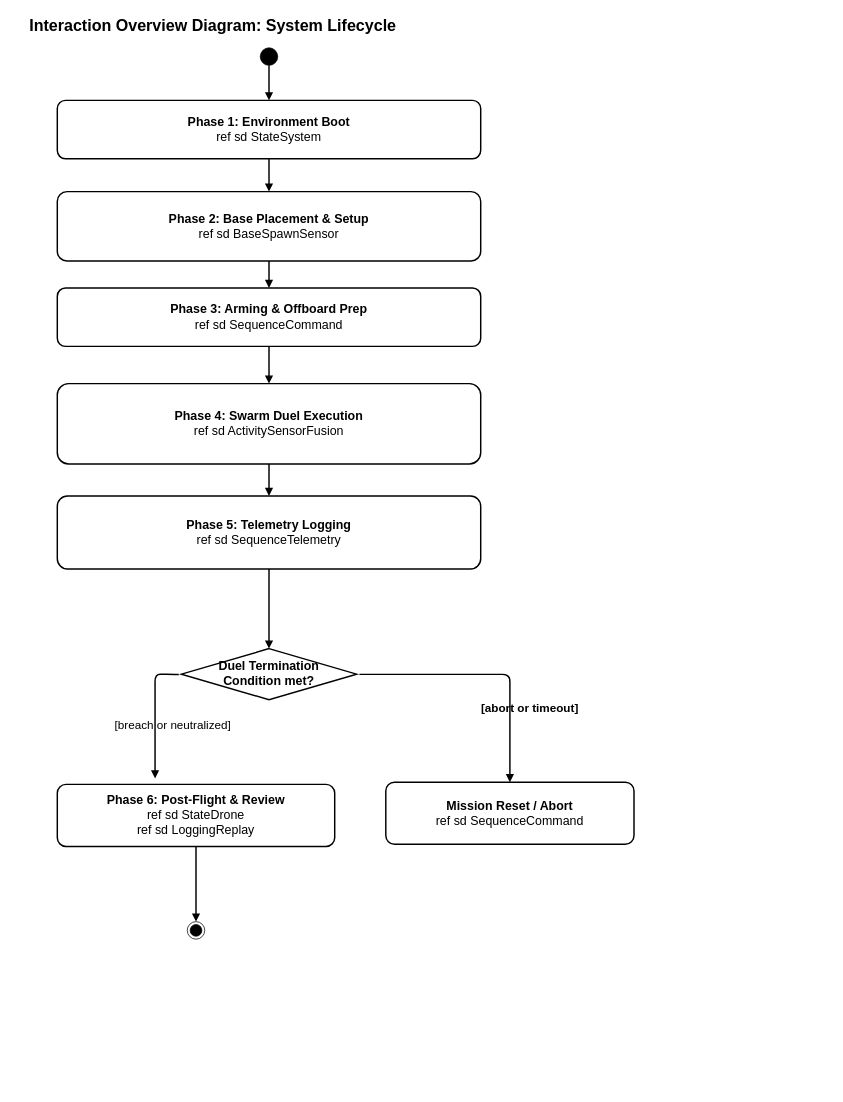
The draw.io diagram 26_interaction_overview_diagram.drawio in sjd-1214/diagrams, before the edit. Source tidied: cells renumbered, new cells numbered last; positions are measured from the earlier drawing's top-left corner, leaving out a move shared by most shapes. Both pictures are drawn from the tidied source at 73%, with x=0, y=0 at pixel (28, 12).
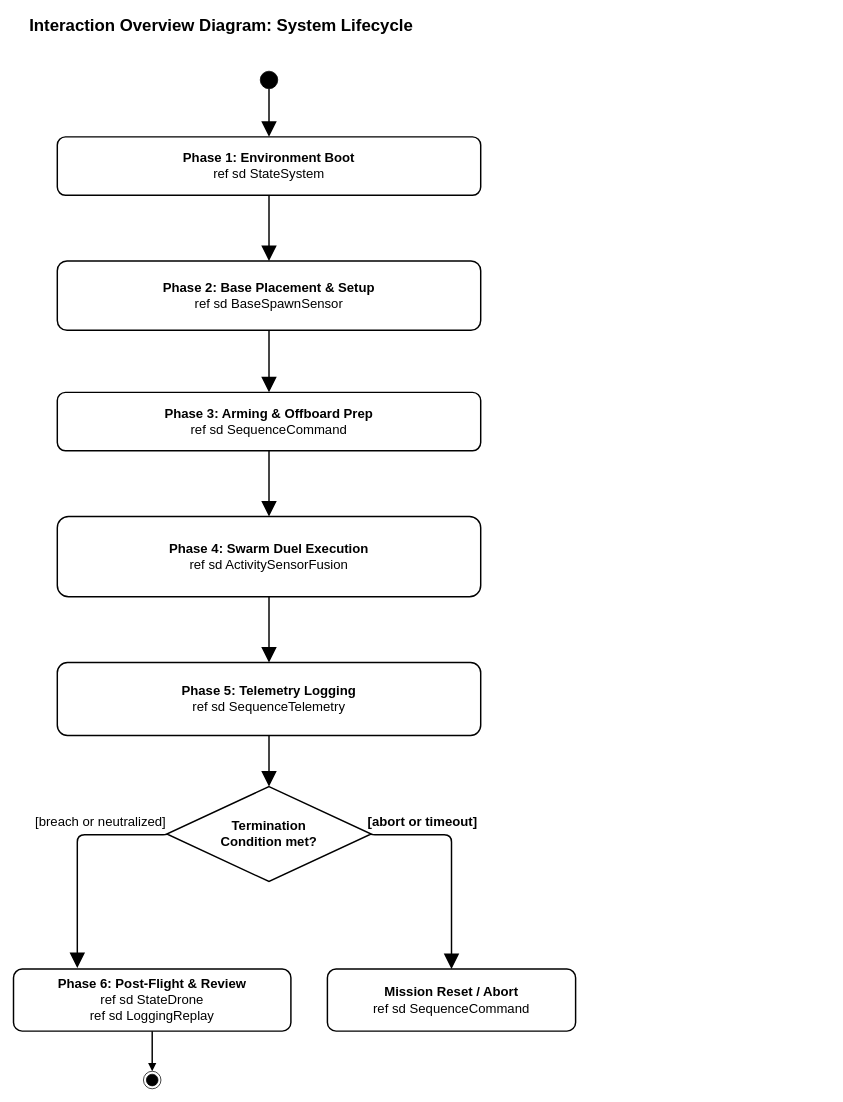
Above is the later version.

Diff of the diagram source:
```diff
@@
-    <mxCell id="2" value="&lt;b&gt;Interaction Overview Diagram: System Lifecycle&lt;/b&gt;" style="text;html=1;strokeColor=none;fillColor=none;align=left;verticalAlign=middle;fontFamily=Helvetica;fontColor=#000000;fontSize=22;fontStyle=1;" parent="1" vertex="1">
+    <mxCell id="2" value="&lt;b&gt;&lt;font style=&quot;font-size: 23px;&quot;&gt;Interaction Overview Diagram: System Lifecycle&lt;/font&gt;&lt;/b&gt;" style="text;html=1;strokeColor=none;fillColor=none;align=left;verticalAlign=middle;fontFamily=Helvetica;fontColor=#000000;fontSize=22;fontStyle=1;" parent="1" vertex="1">
       <mxGeometry width="1100" height="35" as="geometry" />
     </mxCell>
     <mxCell id="3" style="shape=ellipse;fillColor=#000000;strokeColor=#000000;html=1;" parent="1" vertex="1">
-      <mxGeometry x="318" y="48" width="24" height="24" as="geometry" />
+      <mxGeometry x="318" y="80" width="24" height="24" as="geometry" />
     </mxCell>
-    <mxCell id="4" value="&lt;b&gt;Phase 1: Environment Boot&lt;/b&gt;&lt;br&gt;ref sd StateSystem" style="rounded=1;whiteSpace=wrap;html=1;arcSize=14;fillColor=none;strokeColor=#000000;fontFamily=Helvetica;align=center;fontColor=#000000;fontSize=17;strokeWidth=2;" parent="1" vertex="1">
-      <mxGeometry x="40" y="120" width="580" height="80" as="geometry" />
+    <mxCell id="4" value="&lt;font style=&quot;font-size: 18px;&quot;&gt;&lt;b&gt;Phase 1: Environment Boot&lt;/b&gt;&lt;br&gt;ref sd StateSystem&lt;/font&gt;" style="rounded=1;whiteSpace=wrap;html=1;arcSize=14;fillColor=none;strokeColor=#000000;fontFamily=Helvetica;align=center;fontColor=#000000;fontSize=17;strokeWidth=2;" parent="1" vertex="1">
+      <mxGeometry x="40" y="170" width="580" height="80" as="geometry" />
     </mxCell>
-    <mxCell id="5" style="edgeStyle=orthogonalEdgeStyle;rounded=1;jettySize=auto;html=1;strokeColor=#000000;fontColor=#000000;endArrow=block;startArrow=none;fontFamily=Helvetica;fontSize=16;strokeWidth=2;labelBackgroundColor=none;" parent="1" edge="1" source="3" target="4">
+    <mxCell id="5" style="edgeStyle=orthogonalEdgeStyle;rounded=1;jettySize=auto;html=1;strokeColor=#000000;fontColor=#000000;endArrow=block;startArrow=none;fontFamily=Helvetica;fontSize=16;strokeWidth=2;labelBackgroundColor=none;endSize=16;" parent="1" edge="1" source="3" target="4">
       <mxGeometry relative="1" as="geometry" />
     </mxCell>
-    <mxCell id="6" value="&lt;b&gt;Phase 2: Base Placement &amp;amp; Setup&lt;/b&gt;&lt;br&gt;ref sd BaseSpawnSensor" style="rounded=1;whiteSpace=wrap;html=1;arcSize=14;fillColor=none;strokeColor=#000000;fontFamily=Helvetica;align=center;fontColor=#000000;fontSize=17;strokeWidth=2;" parent="1" vertex="1">
-      <mxGeometry x="40" y="245" width="580" height="95" as="geometry" />
+    <mxCell id="6" value="&lt;font style=&quot;font-size: 18px;&quot;&gt;&lt;b&gt;Phase 2: Base Placement &amp;amp; Setup&lt;/b&gt;&lt;br&gt;ref sd BaseSpawnSensor&lt;/font&gt;" style="rounded=1;whiteSpace=wrap;html=1;arcSize=14;fillColor=none;strokeColor=#000000;fontFamily=Helvetica;align=center;fontColor=#000000;fontSize=17;strokeWidth=2;" parent="1" vertex="1">
+      <mxGeometry x="40" y="340" width="580" height="95" as="geometry" />
     </mxCell>
-    <mxCell id="7" style="edgeStyle=orthogonalEdgeStyle;rounded=1;jettySize=auto;html=1;strokeColor=#000000;fontColor=#000000;endArrow=block;startArrow=none;fontFamily=Helvetica;fontSize=16;strokeWidth=2;labelBackgroundColor=none;" parent="1" edge="1" source="4" target="6">
+    <mxCell id="7" style="edgeStyle=orthogonalEdgeStyle;rounded=1;jettySize=auto;html=1;strokeColor=#000000;fontColor=#000000;endArrow=block;startArrow=none;fontFamily=Helvetica;fontSize=16;strokeWidth=2;labelBackgroundColor=none;endSize=16;" parent="1" edge="1" source="4" target="6">
       <mxGeometry relative="1" as="geometry" />
     </mxCell>
-    <mxCell id="8" value="&lt;b&gt;Phase 3: Arming &amp;amp; Offboard Prep&lt;/b&gt;&lt;br&gt;ref sd SequenceCommand" style="rounded=1;whiteSpace=wrap;html=1;arcSize=14;fillColor=none;strokeColor=#000000;fontFamily=Helvetica;align=center;fontColor=#000000;fontSize=17;strokeWidth=2;" parent="1" vertex="1">
-      <mxGeometry x="40" y="377" width="580" height="80" as="geometry" />
+    <mxCell id="8" value="&lt;font style=&quot;font-size: 18px;&quot;&gt;&lt;b&gt;Phase 3: Arming &amp;amp; Offboard Prep&lt;/b&gt;&lt;br&gt;ref sd SequenceCommand&lt;/font&gt;" style="rounded=1;whiteSpace=wrap;html=1;arcSize=14;fillColor=none;strokeColor=#000000;fontFamily=Helvetica;align=center;fontColor=#000000;fontSize=17;strokeWidth=2;" parent="1" vertex="1">
+      <mxGeometry x="40" y="520" width="580" height="80" as="geometry" />
     </mxCell>
-    <mxCell id="9" style="edgeStyle=orthogonalEdgeStyle;rounded=1;jettySize=auto;html=1;strokeColor=#000000;fontColor=#000000;endArrow=block;startArrow=none;fontFamily=Helvetica;fontSize=16;strokeWidth=2;labelBackgroundColor=none;" parent="1" edge="1" source="6" target="8">
+    <mxCell id="9" style="edgeStyle=orthogonalEdgeStyle;rounded=1;jettySize=auto;html=1;strokeColor=#000000;fontColor=#000000;endArrow=block;startArrow=none;fontFamily=Helvetica;fontSize=16;strokeWidth=2;labelBackgroundColor=none;endSize=16;" parent="1" edge="1" source="6" target="8">
       <mxGeometry relative="1" as="geometry" />
     </mxCell>
-    <mxCell id="10" value="&lt;b&gt;Phase 4: Swarm Duel Execution&lt;/b&gt;&lt;br&gt;ref sd ActivitySensorFusion" style="rounded=1;whiteSpace=wrap;html=1;arcSize=14;fillColor=none;strokeColor=#000000;fontFamily=Helvetica;align=center;fontColor=#000000;fontSize=17;strokeWidth=2;" parent="1" vertex="1">
-      <mxGeometry x="40" y="508" width="580" height="110" as="geometry" />
+    <mxCell id="10" value="&lt;font style=&quot;font-size: 18px;&quot;&gt;&lt;b&gt;Phase 4: Swarm Duel Execution&lt;/b&gt;&lt;br&gt;ref sd ActivitySensorFusion&lt;/font&gt;" style="rounded=1;whiteSpace=wrap;html=1;arcSize=14;fillColor=none;strokeColor=#000000;fontFamily=Helvetica;align=center;fontColor=#000000;fontSize=17;strokeWidth=2;" parent="1" vertex="1">
+      <mxGeometry x="40" y="690" width="580" height="110" as="geometry" />
     </mxCell>
-    <mxCell id="11" style="edgeStyle=orthogonalEdgeStyle;rounded=1;jettySize=auto;html=1;strokeColor=#000000;fontColor=#000000;endArrow=block;startArrow=none;fontFamily=Helvetica;fontSize=16;strokeWidth=2;labelBackgroundColor=none;" parent="1" edge="1" source="8" target="10">
+    <mxCell id="11" style="edgeStyle=orthogonalEdgeStyle;rounded=1;jettySize=auto;html=1;strokeColor=#000000;fontColor=#000000;endArrow=block;startArrow=none;fontFamily=Helvetica;fontSize=16;strokeWidth=2;labelBackgroundColor=none;endSize=16;" parent="1" edge="1" source="8" target="10">
       <mxGeometry relative="1" as="geometry" />
     </mxCell>
-    <mxCell id="12" value="&lt;b&gt;Phase 5: Telemetry Logging&lt;/b&gt;&lt;br&gt;ref sd SequenceTelemetry" style="rounded=1;whiteSpace=wrap;html=1;arcSize=14;fillColor=none;strokeColor=#000000;fontFamily=Helvetica;align=center;fontColor=#000000;fontSize=17;strokeWidth=2;" parent="1" vertex="1">
-      <mxGeometry x="40" y="662" width="580" height="100" as="geometry" />
+    <mxCell id="12" value="&lt;font style=&quot;font-size: 18px;&quot;&gt;&lt;b&gt;Phase 5: Telemetry Logging&lt;/b&gt;&lt;br&gt;ref sd SequenceTelemetry&lt;/font&gt;" style="rounded=1;whiteSpace=wrap;html=1;arcSize=14;fillColor=none;strokeColor=#000000;fontFamily=Helvetica;align=center;fontColor=#000000;fontSize=17;strokeWidth=2;" parent="1" vertex="1">
+      <mxGeometry x="40" y="890" width="580" height="100" as="geometry" />
     </mxCell>
-    <mxCell id="13" style="edgeStyle=orthogonalEdgeStyle;rounded=1;jettySize=auto;html=1;strokeColor=#000000;fontColor=#000000;endArrow=block;startArrow=none;fontFamily=Helvetica;fontSize=16;strokeWidth=2;labelBackgroundColor=none;" parent="1" edge="1" source="10" target="12">
+    <mxCell id="13" style="edgeStyle=orthogonalEdgeStyle;rounded=1;jettySize=auto;html=1;strokeColor=#000000;fontColor=#000000;endArrow=block;startArrow=none;fontFamily=Helvetica;fontSize=16;strokeWidth=2;labelBackgroundColor=none;endSize=16;" parent="1" edge="1" source="10" target="12">
       <mxGeometry relative="1" as="geometry" />
     </mxCell>
-    <mxCell id="14" value="Duel Termination&#10;Condition met?" style="rhombus;whiteSpace=wrap;html=1;fillColor=none;strokeColor=#000000;fontFamily=Helvetica;align=center;fontStyle=1;fontColor=#000000;fontSize=17;strokeWidth=2;" parent="1" vertex="1">
-      <mxGeometry x="210" y="871" width="240" height="70" as="geometry" />
+    <mxCell id="14" value="&lt;font style=&quot;font-size: 18px;&quot;&gt;Termination&lt;br&gt;Condition met?&lt;/font&gt;" style="rhombus;whiteSpace=wrap;html=1;fillColor=none;strokeColor=#000000;fontFamily=Helvetica;align=center;fontStyle=1;fontColor=#000000;fontSize=17;strokeWidth=2;" parent="1" vertex="1">
+      <mxGeometry x="190" y="1060" width="280" height="130" as="geometry" />
     </mxCell>
-    <mxCell id="15" style="edgeStyle=orthogonalEdgeStyle;rounded=1;jettySize=auto;html=1;strokeColor=#000000;fontColor=#000000;endArrow=block;startArrow=none;fontFamily=Helvetica;fontSize=16;strokeWidth=2;labelBackgroundColor=none;" parent="1" edge="1" source="12" target="14">
+    <mxCell id="15" style="edgeStyle=orthogonalEdgeStyle;rounded=1;jettySize=auto;html=1;strokeColor=#000000;fontColor=#000000;endArrow=block;startArrow=none;fontFamily=Helvetica;fontSize=16;strokeWidth=2;labelBackgroundColor=none;endSize=16;" parent="1" edge="1" source="12" target="14">
       <mxGeometry relative="1" as="geometry" />
     </mxCell>
-    <mxCell id="16" value="&lt;b&gt;Phase 6: Post-Flight &amp;amp; Review&lt;/b&gt;&lt;br&gt;ref sd StateDrone&lt;br&gt;ref sd LoggingReplay" style="rounded=1;whiteSpace=wrap;html=1;arcSize=14;fillColor=none;strokeColor=#000000;fontFamily=Helvetica;align=center;fontColor=#000000;fontSize=17;strokeWidth=2;" parent="1" vertex="1">
-      <mxGeometry x="40" y="1057" width="380" height="85" as="geometry" />
+    <mxCell id="16" value="&lt;font style=&quot;font-size: 18px;&quot;&gt;&lt;b&gt;Phase 6: Post-Flight &amp;amp; Review&lt;/b&gt;&lt;br&gt;ref sd StateDrone&lt;br&gt;ref sd LoggingReplay&lt;/font&gt;" style="rounded=1;whiteSpace=wrap;html=1;arcSize=14;fillColor=none;strokeColor=#000000;fontFamily=Helvetica;align=center;fontColor=#000000;fontSize=17;strokeWidth=2;" parent="1" vertex="1">
+      <mxGeometry x="-20" y="1310" width="380" height="85" as="geometry" />
     </mxCell>
-    <mxCell id="17" value="&lt;b&gt;Mission Reset / Abort&lt;/b&gt;&lt;br&gt;ref sd SequenceCommand" style="rounded=1;whiteSpace=wrap;html=1;arcSize=14;fillColor=none;strokeColor=#000000;fontFamily=Helvetica;align=center;fontColor=#000000;fontSize=17;strokeWidth=2;" parent="1" vertex="1">
-      <mxGeometry x="490" y="1054" width="340" height="85" as="geometry" />
+    <mxCell id="17" value="&lt;font style=&quot;font-size: 18px;&quot;&gt;&lt;b&gt;Mission Reset / Abort&lt;/b&gt;&lt;br&gt;ref sd SequenceCommand&lt;/font&gt;" style="rounded=1;whiteSpace=wrap;html=1;arcSize=14;fillColor=none;strokeColor=#000000;fontFamily=Helvetica;align=center;fontColor=#000000;fontSize=17;strokeWidth=2;" parent="1" vertex="1">
+      <mxGeometry x="410" y="1310" width="340" height="85" as="geometry" />
     </mxCell>
-    <mxCell id="18" value="[breach or neutralized]" style="edgeStyle=orthogonalEdgeStyle;rounded=1;jettySize=auto;html=1;strokeColor=#000000;fontColor=#000000;endArrow=block;startArrow=none;exitX=-0.015;exitY=0.505;exitDx=0;exitDy=0;fontFamily=Helvetica;labelBackgroundColor=none;verticalAlign=bottom;spacingBottom=8;fontSize=16;strokeWidth=2;exitPerimeter=0;spacingLeft=10;spacingRight=10;" parent="1" edge="1" source="14">
-      <mxGeometry x="0.4" y="24" relative="1" as="geometry">
-        <mxPoint x="173.9" y="1048.8" as="targetPoint" />
+    <mxCell id="18" value="&lt;font style=&quot;font-size: 18px;&quot;&gt;[breach or neutralized]&lt;/font&gt;" style="edgeStyle=orthogonalEdgeStyle;rounded=1;jettySize=auto;html=1;strokeColor=#000000;fontColor=#000000;endArrow=block;startArrow=none;exitX=0;exitY=0.5;exitDx=0;exitDy=0;fontFamily=Helvetica;labelBackgroundColor=none;verticalAlign=bottom;spacingBottom=8;fontSize=16;strokeWidth=2;spacingLeft=10;spacingRight=10;entryX=0.23;entryY=-0.017;entryDx=0;entryDy=0;entryPerimeter=0;endSize=16;" parent="1" edge="1" source="14" target="16">
+      <mxGeometry x="-0.4" y="4" relative="1" as="geometry">
         <Array as="points">
-          <mxPoint x="198.8" y="906.4" />
-          <mxPoint x="173.9" y="906" />
+          <mxPoint x="67" y="1126" />
         </Array>
       </mxGeometry>
     </mxCell>
-    <mxCell id="19" value="[abort or timeout]" style="edgeStyle=orthogonalEdgeStyle;rounded=1;jettySize=auto;html=1;strokeColor=#000000;fontColor=#000000;endArrow=block;startArrow=none;exitX=1.016;exitY=0.504;exitDx=0;exitDy=0;entryX=0.5;entryY=0;entryDx=0;entryDy=0;fontFamily=Helvetica;labelBackgroundColor=none;verticalAlign=bottom;spacingBottom=8;fontSize=16;strokeWidth=2;exitPerimeter=0;fontStyle=1;spacingLeft=10;spacingRight=10;" parent="1" edge="1" source="14" target="17">
-      <mxGeometry x="0.54" y="27" relative="1" as="geometry" />
+    <mxCell id="19" value="&lt;font style=&quot;font-size: 18px;&quot;&gt;[abort or timeout]&lt;/font&gt;" style="edgeStyle=orthogonalEdgeStyle;rounded=1;jettySize=auto;html=1;strokeColor=#000000;fontColor=#000000;endArrow=block;startArrow=none;exitX=1;exitY=0.5;exitDx=0;exitDy=0;entryX=0.5;entryY=0;entryDx=0;entryDy=0;fontFamily=Helvetica;labelBackgroundColor=none;verticalAlign=bottom;spacingBottom=8;fontSize=16;strokeWidth=2;fontStyle=1;spacingLeft=10;spacingRight=10;endSize=16;" parent="1" edge="1" source="14" target="17">
+      <mxGeometry x="-0.52" y="-4" relative="1" as="geometry">
+        <Array as="points">
+          <mxPoint x="470" y="1126" />
+          <mxPoint x="580" y="1126" />
+        </Array>
+      </mxGeometry>
     </mxCell>
     <mxCell id="20" style="shape=endState;fillColor=#000000;strokeColor=#000000;html=1;" parent="1" vertex="1">
-      <mxGeometry x="218" y="1245" width="24" height="24" as="geometry" />
+      <mxGeometry x="158" y="1450" width="24" height="24" as="geometry" />
     </mxCell>
```
